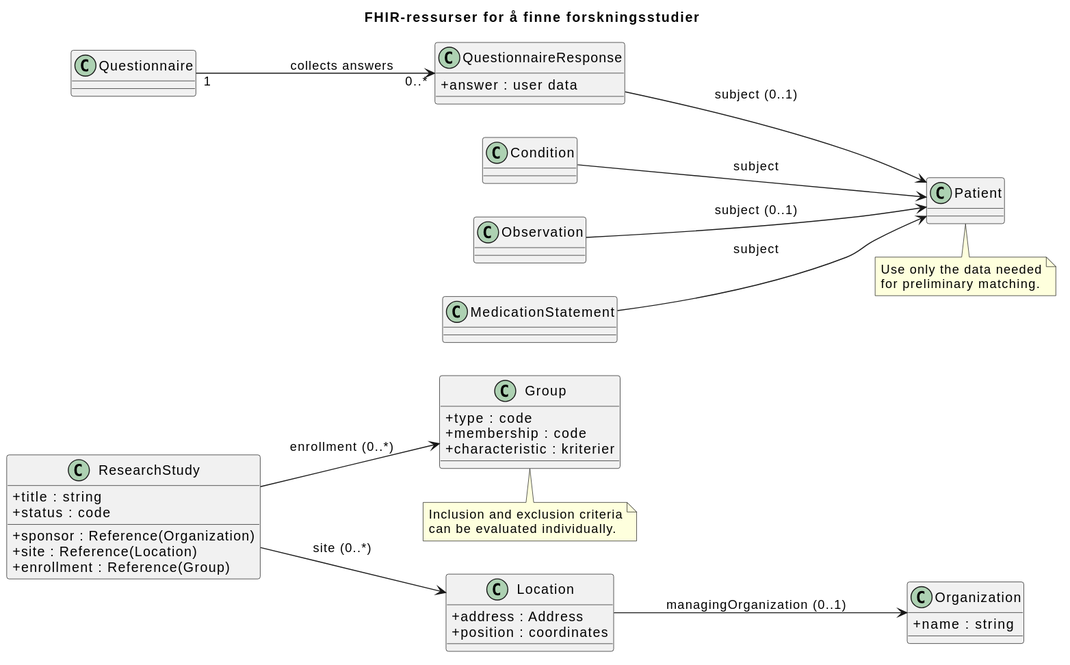
Before: lab-ig/input/images/test.svg, a diagram exported from PlantUML (PaulRylandsholm/ig-mal).
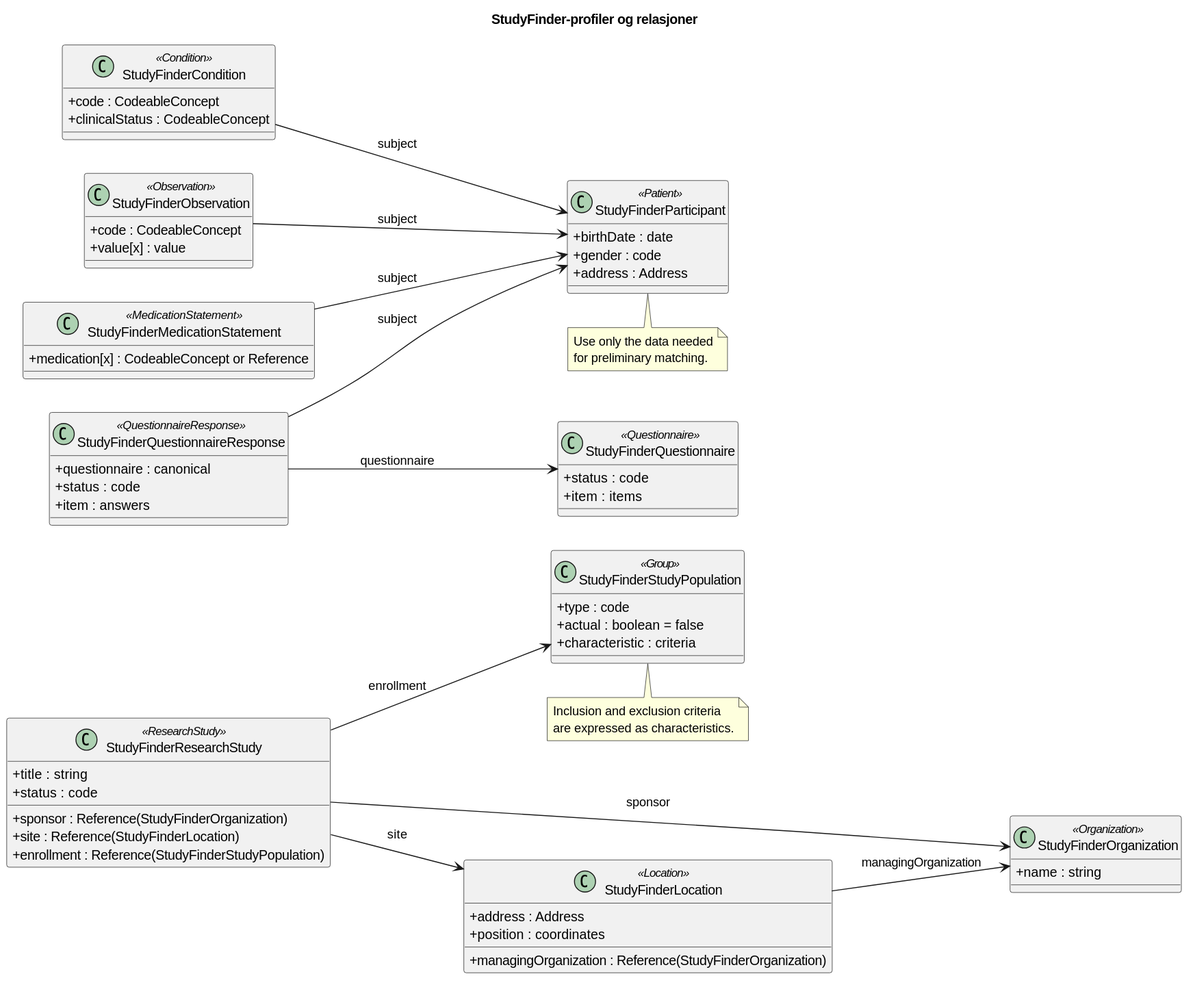
Later version of the same file.

Commit message:
Update StudyFinder profile diagram

What changed in the source:
```diff
@@ -1,57 +1,80 @@
 @startuml
-title FHIR-ressurser for å finne forskningsstudier
+title StudyFinder-profiler og relasjoner
 left to right direction
 skinparam classAttributeIconSize 0
 skinparam shadowing false
 
-class ResearchStudy {
+class StudyFinderResearchStudy <<ResearchStudy>> {
     +title : string
     +status : code
-    +sponsor : Reference(Organization)
-    +site : Reference(Location)
-    +enrollment : Reference(Group)
+    +sponsor : Reference(StudyFinderOrganization)
+    +site : Reference(StudyFinderLocation)
+    +enrollment : Reference(StudyFinderStudyPopulation)
 }
 
-class Group {
+class StudyFinderStudyPopulation <<Group>> {
     +type : code
-    +membership : code
-    +characteristic : kriterier
+    +actual : boolean = false
+    +characteristic : criteria
 }
 
-class Organization {
+class StudyFinderOrganization <<Organization>> {
     +name : string
 }
 
-class Location {
+class StudyFinderLocation <<Location>> {
     +address : Address
     +position : coordinates
+    +managingOrganization : Reference(StudyFinderOrganization)
 }
 
-class Questionnaire
-class QuestionnaireResponse {
-    +answer : user data
+class StudyFinderParticipant <<Patient>> {
+    +birthDate : date
+    +gender : code
+    +address : Address
 }
 
-class Patient
-class Condition
-class Observation
-class MedicationStatement
+class StudyFinderCondition <<Condition>> {
+    +code : CodeableConcept
+    +clinicalStatus : CodeableConcept
+}
 
-ResearchStudy --> Location : site (0..*)
-ResearchStudy --> Group : enrollment (0..*)
-Location --> Organization : managingOrganization (0..1)
-Questionnaire "1" --> "0..*" QuestionnaireResponse : collects answers
-QuestionnaireResponse --> Patient : subject (0..1)
-Condition --> Patient : subject
-Observation --> Patient : subject (0..1)
-MedicationStatement --> Patient : subject
+class StudyFinderObservation <<Observation>> {
+    +code : CodeableConcept
+    +value[x] : value
+}
 
-note bottom of Group
+class StudyFinderMedicationStatement <<MedicationStatement>> {
+    +medication[x] : CodeableConcept or Reference
+}
+
+class StudyFinderQuestionnaire <<Questionnaire>> {
+    +status : code
+    +item : items
+}
+
+class StudyFinderQuestionnaireResponse <<QuestionnaireResponse>> {
+    +questionnaire : canonical
+    +status : code
+    +item : answers
+}
+
+StudyFinderResearchStudy --> StudyFinderOrganization : sponsor
+StudyFinderResearchStudy --> StudyFinderLocation : site
+StudyFinderResearchStudy --> StudyFinderStudyPopulation : enrollment
+StudyFinderLocation --> StudyFinderOrganization : managingOrganization
+StudyFinderQuestionnaireResponse --> StudyFinderQuestionnaire : questionnaire
+StudyFinderQuestionnaireResponse --> StudyFinderParticipant : subject
+StudyFinderCondition --> StudyFinderParticipant : subject
+StudyFinderObservation --> StudyFinderParticipant : subject
+StudyFinderMedicationStatement --> StudyFinderParticipant : subject
+
+note bottom of StudyFinderStudyPopulation
     Inclusion and exclusion criteria
-    can be evaluated individually.
+    are expressed as characteristics.
 end note
 
-note bottom of Patient
+note bottom of StudyFinderParticipant
     Use only the data needed
     for preliminary matching.
 end note
```
